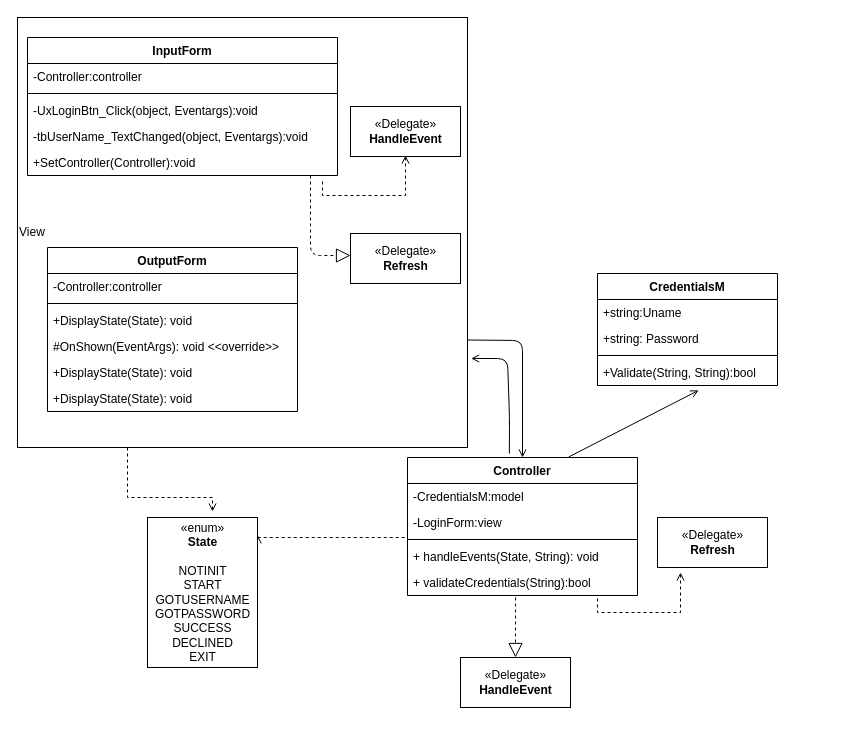
Before: page "With Delegates" (2 of 2) of Lab3-Caleb Rosebaugh.drawio in Rosebaugh/CS501, a draw.io diagram. Source tidied: cells renumbered, new cells numbered last; positions are measured from the earlier drawing's top-left corner, leaving out a move shared by most shapes. Both pictures are drawn from the tidied source at 100%, with x=0, y=0 at pixel (17, 17).
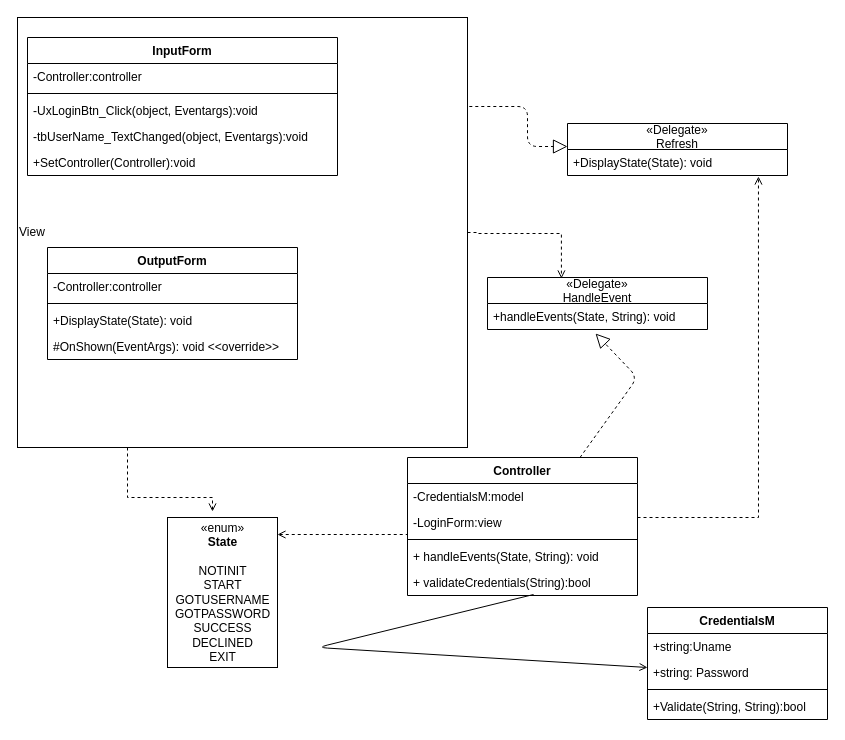
The same page after the edit.

Unchanged cells that the change refers to:
```xml
<mxCell id="2" value="View" style="html=1;align=left;" parent="1" vertex="1">
  <mxGeometry width="450" height="430" as="geometry" />
</mxCell>
<mxCell id="16" value="Controller" style="swimlane;fontStyle=1;align=center;verticalAlign=top;horizontal=1;startSize=26;" parent="1" vertex="1">
  <mxGeometry x="390" y="440" width="230" height="138" as="geometry" />
</mxCell>
<mxCell id="18" value="-LoginForm:view" style="text;strokeColor=none;fillColor=none;align=left;verticalAlign=top;spacingLeft=4;spacingRight=4;overflow=hidden;points=[[0,0.5],[1,0.5]];portConstraint=eastwest;" parent="16" vertex="1">
  <mxGeometry y="52" width="230" height="26" as="geometry" />
</mxCell>
<mxCell id="21" value="+ validateCredentials(String):bool" style="text;strokeColor=none;fillColor=none;align=left;verticalAlign=top;spacingLeft=4;spacingRight=4;overflow=hidden;points=[[0,0.5],[1,0.5]];portConstraint=eastwest;" parent="16" vertex="1">
  <mxGeometry y="112" width="230" height="26" as="geometry" />
</mxCell>
<mxCell id="27" value="+Validate(String, String):bool" style="text;strokeColor=none;fillColor=none;align=left;verticalAlign=top;spacingLeft=4;spacingRight=4;overflow=hidden;points=[[0,0.5],[1,0.5]];portConstraint=eastwest;" parent="23" vertex="1">
  <mxGeometry y="86" width="180" height="26" as="geometry" />
</mxCell>
```

Change to the diagram source:
```diff
@@
     <mxCell id="9" value="OutputForm" style="swimlane;fontStyle=1;align=center;verticalAlign=top;horizontal=1;startSize=26;" parent="1" vertex="1">
-      <mxGeometry x="30" y="230" width="250" height="164" as="geometry" />
+      <mxGeometry x="30" y="230" width="250" height="112" as="geometry" />
     </mxCell>
@@
-    <mxCell id="14" value="+DisplayState(State): void" style="text;strokeColor=none;fillColor=none;align=left;verticalAlign=top;spacingLeft=4;spacingRight=4;overflow=hidden;" parent="9" vertex="1">
-      <mxGeometry y="112" width="250" height="26" as="geometry" />
-    </mxCell>
-    <mxCell id="15" value="+DisplayState(State): void" style="text;strokeColor=none;fillColor=none;align=left;verticalAlign=top;spacingLeft=4;spacingRight=4;overflow=hidden;" parent="9" vertex="1">
-      <mxGeometry y="138" width="250" height="26" as="geometry" />
-    </mxCell>
@@
-    <mxCell id="22" style="edgeStyle=orthogonalEdgeStyle;rounded=0;jettySize=auto;html=1;entryX=0;entryY=1.077;entryDx=0;entryDy=0;entryPerimeter=0;dashed=1;endArrow=none;endFill=0;startArrow=open;startFill=0;exitX=1.003;exitY=0.119;exitDx=0;exitDy=0;exitPerimeter=0;" parent="1" edge="1" source="32" target="18">
+    <mxCell id="22" style="edgeStyle=orthogonalEdgeStyle;rounded=0;jettySize=auto;html=1;entryX=0;entryY=1.077;entryDx=0;entryDy=0;entryPerimeter=0;dashed=1;endArrow=none;endFill=0;startArrow=open;startFill=0;" parent="1" edge="1" source="32">
       <mxGeometry relative="1" as="geometry">
+        <mxPoint x="390" y="517" as="targetPoint" />
         <Array as="points">
-          <mxPoint x="240" y="520" />
+          <mxPoint x="230" y="517" />
+          <mxPoint x="230" y="517" />
         </Array>
       </mxGeometry>
     </mxCell>
     <mxCell id="23" value="CredentialsM" style="swimlane;fontStyle=1;align=center;verticalAlign=top;horizontal=1;startSize=26;" parent="1" vertex="1">
-      <mxGeometry x="580" y="256" width="180" height="112" as="geometry" />
+      <mxGeometry x="630" y="590" width="180" height="112" as="geometry" />
     </mxCell>
@@
-    <mxCell id="28" style="endArrow=open;html=1;exitX=1;exitY=0.75;exitDx=0;exitDy=0;entryX=0.5;entryY=0;entryDx=0;entryDy=0;endFill=0;" parent="1" edge="1" source="2" target="16">
-      <mxGeometry relative="1" as="geometry">
-        <Array as="points">
-          <mxPoint x="505" y="323" />
-        </Array>
-      </mxGeometry>
-    </mxCell>
-    <mxCell id="29" style="endArrow=none;html=1;exitX=1.008;exitY=0.793;exitDx=0;exitDy=0;entryX=0.443;entryY=-0.028;entryDx=0;entryDy=0;endFill=0;exitPerimeter=0;entryPerimeter=0;startArrow=open;startFill=0;" parent="1" edge="1" source="2" target="16">
-      <mxGeometry relative="1" as="geometry">
-        <Array as="points">
-          <mxPoint x="490" y="341" />
-          <mxPoint x="492" y="400" />
-        </Array>
-      </mxGeometry>
-    </mxCell>
-    <mxCell id="30" style="endArrow=open;html=1;exitX=0.701;exitY=-0.004;exitDx=0;exitDy=0;entryX=0.562;entryY=1.186;entryDx=0;entryDy=0;endFill=0;entryPerimeter=0;exitPerimeter=0;" parent="1" edge="1" source="16" target="27">
-      <mxGeometry relative="1" as="geometry" />
+    <mxCell id="30" style="endArrow=open;html=1;exitX=0.548;exitY=0.962;exitDx=0;exitDy=0;endFill=0;exitPerimeter=0;" parent="1" edge="1" source="21">
+      <mxGeometry relative="1" as="geometry">
+        <mxPoint x="630" y="650" as="targetPoint" />
+        <Array as="points">
+          <mxPoint x="300" y="630" />
+        </Array>
+      </mxGeometry>
     </mxCell>
@@
     <mxCell id="32" value="«enum»&lt;br&gt;&lt;b&gt;State&lt;br&gt;&lt;/b&gt;&lt;br&gt;NOTINIT&lt;br&gt;START&lt;br&gt;GOTUSERNAME&lt;br&gt;GOTPASSWORD&lt;br&gt;SUCCESS&lt;br&gt;DECLINED&lt;br&gt;EXIT" style="html=1;" parent="1" vertex="1">
-      <mxGeometry x="130" y="500" width="110" height="150" as="geometry" />
+      <mxGeometry x="150" y="500" width="110" height="150" as="geometry" />
     </mxCell>
-    <mxCell id="33" value="«Delegate»&lt;br&gt;&lt;b&gt;HandleEvent&lt;/b&gt;" style="html=1;" parent="1" vertex="1">
-      <mxGeometry x="443" y="640" width="110" height="50" as="geometry" />
-    </mxCell>
-    <mxCell id="34" style="endArrow=block;dashed=1;endFill=0;endSize=12;html=1;exitX=0.47;exitY=1.077;exitDx=0;exitDy=0;exitPerimeter=0;entryX=0.5;entryY=0;entryDx=0;entryDy=0;" parent="1" edge="1" source="21" target="33">
-      <mxGeometry relative="1" as="geometry" />
+    <mxCell id="34" style="endArrow=block;dashed=1;endFill=0;endSize=12;html=1;exitX=0.75;exitY=0;exitDx=0;exitDy=0;entryX=0.491;entryY=1.154;entryDx=0;entryDy=0;entryPerimeter=0;" parent="1" edge="1" source="16" target="42">
+      <mxGeometry relative="1" as="geometry">
+        <Array as="points">
+          <mxPoint x="620" y="360" />
+        </Array>
+      </mxGeometry>
     </mxCell>
-    <mxCell id="35" value="«Delegate»&lt;br&gt;&lt;b&gt;HandleEvent&lt;/b&gt;" style="html=1;" parent="1" vertex="1">
-      <mxGeometry x="333" y="89" width="110" height="50" as="geometry" />
-    </mxCell>
-    <mxCell id="36" style="edgeStyle=orthogonalEdgeStyle;rounded=0;orthogonalLoop=1;jettySize=auto;html=1;dashed=1;endArrow=open;endFill=0;startArrow=none;startFill=0;" parent="1" edge="1">
+    <mxCell id="36" style="edgeStyle=orthogonalEdgeStyle;rounded=0;jettySize=auto;html=1;dashed=1;endArrow=open;endFill=0;startArrow=none;startFill=0;entryX=0.336;entryY=0.019;entryDx=0;entryDy=0;entryPerimeter=0;exitX=1;exitY=0.5;exitDx=0;exitDy=0;" parent="1" edge="1" source="2" target="41">
       <mxGeometry relative="1" as="geometry">
-        <mxPoint x="305" y="164" as="sourcePoint" />
-        <mxPoint x="388" y="138" as="targetPoint" />
         <Array as="points">
-          <mxPoint x="305" y="178" />
-          <mxPoint x="388" y="178" />
+          <mxPoint x="460" y="215" />
+          <mxPoint x="460" y="216" />
+          <mxPoint x="544" y="216" />
         </Array>
       </mxGeometry>
     </mxCell>
-    <mxCell id="37" style="edgeStyle=orthogonalEdgeStyle;rounded=0;orthogonalLoop=1;jettySize=auto;html=1;dashed=1;endArrow=open;endFill=0;startArrow=none;startFill=0;" parent="1" edge="1">
+    <mxCell id="37" style="edgeStyle=orthogonalEdgeStyle;rounded=0;jettySize=auto;html=1;dashed=1;endArrow=open;endFill=0;startArrow=none;startFill=0;entryX=0.868;entryY=1.038;entryDx=0;entryDy=0;entryPerimeter=0;" parent="1" edge="1" target="44">
       <mxGeometry relative="1" as="geometry">
-        <mxPoint x="580" y="581" as="sourcePoint" />
-        <mxPoint x="663" y="555" as="targetPoint" />
+        <mxPoint x="620" y="500" as="sourcePoint" />
         <Array as="points">
-          <mxPoint x="580" y="595" />
-          <mxPoint x="663" y="595" />
+          <mxPoint x="741" y="500" />
         </Array>
       </mxGeometry>
     </mxCell>
-    <mxCell id="38" style="endArrow=block;dashed=1;endFill=0;endSize=12;html=1;" parent="1" edge="1">
+    <mxCell id="38" style="endArrow=block;dashed=1;endFill=0;endSize=12;html=1;exitX=1.004;exitY=0.207;exitDx=0;exitDy=0;exitPerimeter=0;" parent="1" edge="1" source="2">
       <mxGeometry relative="1" as="geometry">
-        <mxPoint x="293" y="158" as="sourcePoint" />
-        <mxPoint x="333" y="238" as="targetPoint" />
+        <mxPoint x="550" y="129" as="targetPoint" />
         <Array as="points">
-          <mxPoint x="293" y="198" />
-          <mxPoint x="293" y="238" />
+          <mxPoint x="510" y="89" />
+          <mxPoint x="510" y="129" />
         </Array>
       </mxGeometry>
     </mxCell>
-    <mxCell id="39" value="«Delegate»&lt;br&gt;&lt;b&gt;Refresh&lt;/b&gt;" style="html=1;" parent="1" vertex="1">
-      <mxGeometry x="333" y="216" width="110" height="50" as="geometry" />
-    </mxCell>
-    <mxCell id="40" value="«Delegate»&lt;br&gt;&lt;b&gt;Refresh&lt;/b&gt;" style="html=1;" parent="1" vertex="1">
-      <mxGeometry x="640" y="500" width="110" height="50" as="geometry" />
-    </mxCell>
+    <mxCell id="41" value="«Delegate»&#10;HandleEvent" style="swimlane;fontStyle=0;horizontal=1;startSize=26;fillColor=none;" parent="1" vertex="1">
+      <mxGeometry x="470" y="260" width="220" height="52" as="geometry" />
+    </mxCell>
+    <mxCell id="42" value="+handleEvents(State, String): void" style="text;strokeColor=none;fillColor=none;align=left;verticalAlign=top;spacingLeft=4;spacingRight=4;overflow=hidden;points=[[0,0.5],[1,0.5]];portConstraint=eastwest;" parent="41" vertex="1">
+      <mxGeometry y="26" width="220" height="26" as="geometry" />
+    </mxCell>
+    <mxCell id="43" value="«Delegate»&#10;Refresh" style="swimlane;fontStyle=0;horizontal=1;startSize=26;fillColor=none;" parent="1" vertex="1">
+      <mxGeometry x="550" y="106" width="220" height="52" as="geometry" />
+    </mxCell>
+    <mxCell id="44" value="+DisplayState(State): void" style="text;strokeColor=none;fillColor=none;align=left;verticalAlign=top;spacingLeft=4;spacingRight=4;overflow=hidden;points=[[0,0.5],[1,0.5]];portConstraint=eastwest;" parent="43" vertex="1">
+      <mxGeometry y="26" width="220" height="26" as="geometry" />
+    </mxCell>
```
